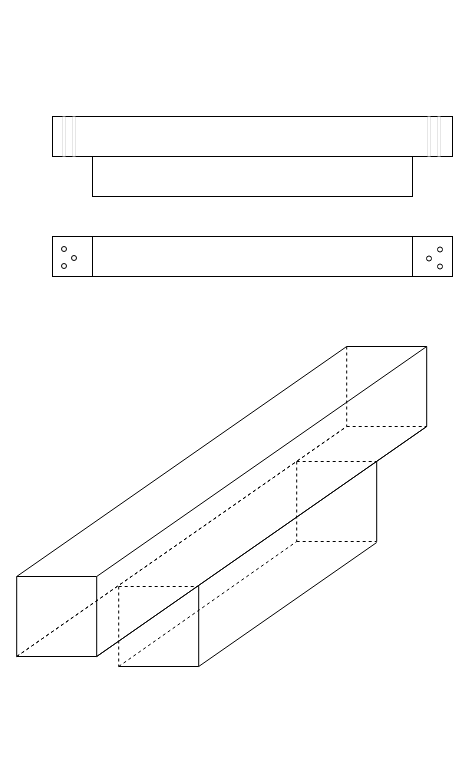
rubenvera/sap_btp_icons_drawio keeps this draw.io diagram as Untitled Diagram.drawio. Above is the earlier version. Source tidied: cells renumbered, new cells numbered last; positions are measured from the earlier drawing's top-left corner, leaving out a move shared by most shapes. Both pictures are drawn from the tidied source at 100%, with x=0, y=0 at pixel (16, 116).
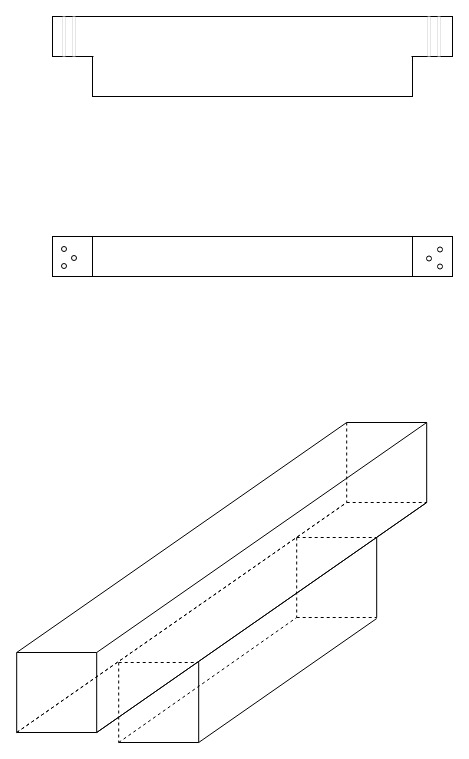
The same diagram, later.

The edit, as a diff of the source:
```diff
@@
     <mxCell id="2" style="rounded=0;whiteSpace=wrap;html=1;" parent="1" vertex="1">
-      <mxGeometry x="36" width="400" height="40" as="geometry" />
+      <mxGeometry x="36" y="-100" width="400" height="40" as="geometry" />
     </mxCell>
     <mxCell id="3" style="rounded=0;whiteSpace=wrap;html=1;" parent="1" vertex="1">
-      <mxGeometry x="76" y="40" width="320" height="40" as="geometry" />
+      <mxGeometry x="76" y="-60" width="320" height="40" as="geometry" />
     </mxCell>
     <mxCell id="4" style="rounded=0;whiteSpace=wrap;html=1;dashed=1;strokeWidth=0;" parent="1" vertex="1">
-      <mxGeometry x="46" width="3" height="40" as="geometry" />
+      <mxGeometry x="46" y="-100" width="3" height="40" as="geometry" />
     </mxCell>
     <mxCell id="5" style="rounded=0;whiteSpace=wrap;html=1;dashed=1;strokeWidth=0;" parent="1" vertex="1">
-      <mxGeometry x="56" width="3" height="40" as="geometry" />
+      <mxGeometry x="56" y="-100" width="3" height="40" as="geometry" />
     </mxCell>
     <mxCell id="6" style="rounded=0;whiteSpace=wrap;html=1;dashed=1;strokeWidth=0;" parent="1" vertex="1">
-      <mxGeometry x="411" width="3" height="40" as="geometry" />
+      <mxGeometry x="411" y="-100" width="3" height="40" as="geometry" />
     </mxCell>
     <mxCell id="7" style="rounded=0;whiteSpace=wrap;html=1;dashed=1;strokeWidth=0;" parent="1" vertex="1">
-      <mxGeometry x="421" width="3" height="40" as="geometry" />
+      <mxGeometry x="421" y="-100" width="3" height="40" as="geometry" />
     </mxCell>
@@
+    <mxCell id="41" style="rounded=0;whiteSpace=wrap;html=1;fillColor=default;strokeColor=none;" parent="1" vertex="1">
+      <mxGeometry x="77" y="-80" width="318" height="40" as="geometry" />
+    </mxCell>
+    <mxCell id="42" style="group;" parent="1" vertex="1">
+      <mxGeometry x="0.2" y="306" width="410" height="320" as="geometry" />
+    </mxCell>
-    <mxCell id="16" style="endArrow=none;html=1;rounded=0;" parent="1" edge="1">
+    <mxCell id="16" style="endArrow=none;html=1;rounded=0;" parent="42" edge="1">
       <mxGeometry relative="1" as="geometry">
-        <mxPoint x="0.2" y="540" as="sourcePoint" />
-        <mxPoint x="80.2" y="540" as="targetPoint" />
+        <mxPoint y="310" as="sourcePoint" />
+        <mxPoint x="80" y="310" as="targetPoint" />
       </mxGeometry>
     </mxCell>
-    <mxCell id="17" style="endArrow=none;html=1;rounded=0;" parent="1" edge="1">
+    <mxCell id="17" style="endArrow=none;html=1;rounded=0;" parent="42" edge="1">
       <mxGeometry relative="1" as="geometry">
-        <mxPoint x="0.2" y="460" as="sourcePoint" />
-        <mxPoint x="0.2" y="540" as="targetPoint" />
+        <mxPoint y="230" as="sourcePoint" />
+        <mxPoint y="310" as="targetPoint" />
       </mxGeometry>
     </mxCell>
-    <mxCell id="18" style="endArrow=none;html=1;rounded=0;" parent="1" edge="1">
+    <mxCell id="18" style="endArrow=none;html=1;rounded=0;" parent="42" edge="1">
       <mxGeometry relative="1" as="geometry">
-        <mxPoint x="80.2" y="460" as="sourcePoint" />
-        <mxPoint x="80.2" y="540" as="targetPoint" />
+        <mxPoint x="80" y="230" as="sourcePoint" />
+        <mxPoint x="80" y="310" as="targetPoint" />
       </mxGeometry>
     </mxCell>
-    <mxCell id="19" style="endArrow=none;html=1;rounded=0;" parent="1" edge="1">
+    <mxCell id="19" style="endArrow=none;html=1;rounded=0;" parent="42" edge="1">
       <mxGeometry relative="1" as="geometry">
-        <mxPoint x="80.2" y="540" as="sourcePoint" />
-        <mxPoint x="410.2" y="310" as="targetPoint" />
+        <mxPoint x="80" y="310" as="sourcePoint" />
+        <mxPoint x="410" y="80" as="targetPoint" />
       </mxGeometry>
     </mxCell>
-    <mxCell id="20" style="endArrow=none;html=1;rounded=0;dashed=1;" parent="1" edge="1">
+    <mxCell id="20" style="endArrow=none;html=1;rounded=0;dashed=1;" parent="42" edge="1">
       <mxGeometry relative="1" as="geometry">
-        <mxPoint x="330.2" y="310" as="sourcePoint" />
-        <mxPoint x="410.2" y="310" as="targetPoint" />
+        <mxPoint x="330" y="80" as="sourcePoint" />
+        <mxPoint x="410" y="80" as="targetPoint" />
       </mxGeometry>
     </mxCell>
-    <mxCell id="21" style="endArrow=none;html=1;rounded=0;" parent="1" edge="1">
+    <mxCell id="21" style="endArrow=none;html=1;rounded=0;" parent="42" edge="1">
       <mxGeometry relative="1" as="geometry">
-        <mxPoint x="410.2" y="230" as="sourcePoint" />
-        <mxPoint x="410.2" y="310" as="targetPoint" />
+        <mxPoint x="410" as="sourcePoint" />
+        <mxPoint x="410" y="80" as="targetPoint" />
       </mxGeometry>
     </mxCell>
-    <mxCell id="22" style="endArrow=none;html=1;rounded=0;dashed=1;" parent="1" edge="1">
+    <mxCell id="22" style="endArrow=none;html=1;rounded=0;dashed=1;" parent="42" edge="1">
       <mxGeometry relative="1" as="geometry">
-        <mxPoint x="330.2" y="230" as="sourcePoint" />
-        <mxPoint x="330.2" y="310" as="targetPoint" />
+        <mxPoint x="330" as="sourcePoint" />
+        <mxPoint x="330" y="80" as="targetPoint" />
       </mxGeometry>
     </mxCell>
-    <mxCell id="23" style="endArrow=none;html=1;rounded=0;dashed=1;" parent="1" edge="1">
+    <mxCell id="23" style="endArrow=none;html=1;rounded=0;dashed=1;" parent="42" edge="1">
       <mxGeometry relative="1" as="geometry">
-        <mxPoint x="0.2" y="540" as="sourcePoint" />
-        <mxPoint x="330.2" y="310" as="targetPoint" />
+        <mxPoint y="310" as="sourcePoint" />
+        <mxPoint x="330" y="80" as="targetPoint" />
       </mxGeometry>
     </mxCell>
-    <mxCell id="24" style="endArrow=none;html=1;rounded=0;dashed=1;" parent="1" edge="1">
+    <mxCell id="24" style="endArrow=none;html=1;rounded=0;dashed=1;" parent="42" edge="1">
       <mxGeometry relative="1" as="geometry">
-        <mxPoint x="102.2" y="470" as="sourcePoint" />
-        <mxPoint x="182.2" y="470" as="targetPoint" />
+        <mxPoint x="102" y="240" as="sourcePoint" />
+        <mxPoint x="182" y="240" as="targetPoint" />
       </mxGeometry>
     </mxCell>
-    <mxCell id="25" style="endArrow=none;html=1;rounded=0;" parent="1" edge="1">
+    <mxCell id="25" style="endArrow=none;html=1;rounded=0;" parent="42" edge="1">
       <mxGeometry relative="1" as="geometry">
-        <mxPoint x="102.2" y="550" as="sourcePoint" />
-        <mxPoint x="182.2" y="550" as="targetPoint" />
+        <mxPoint x="102" y="320" as="sourcePoint" />
+        <mxPoint x="182" y="320" as="targetPoint" />
       </mxGeometry>
     </mxCell>
-    <mxCell id="26" style="endArrow=none;html=1;rounded=0;dashed=1;" parent="1" edge="1">
+    <mxCell id="26" style="endArrow=none;html=1;rounded=0;dashed=1;" parent="42" edge="1">
       <mxGeometry relative="1" as="geometry">
-        <mxPoint x="102.2" y="470" as="sourcePoint" />
-        <mxPoint x="102.2" y="550" as="targetPoint" />
+        <mxPoint x="102" y="240" as="sourcePoint" />
+        <mxPoint x="102" y="320" as="targetPoint" />
       </mxGeometry>
     </mxCell>
-    <mxCell id="27" style="endArrow=none;html=1;rounded=0;" parent="1" edge="1">
+    <mxCell id="27" style="endArrow=none;html=1;rounded=0;" parent="42" edge="1">
       <mxGeometry relative="1" as="geometry">
-        <mxPoint x="182.2" y="470" as="sourcePoint" />
-        <mxPoint x="182.2" y="550" as="targetPoint" />
+        <mxPoint x="182" y="240" as="sourcePoint" />
+        <mxPoint x="182" y="320" as="targetPoint" />
       </mxGeometry>
     </mxCell>
-    <mxCell id="28" style="endArrow=none;html=1;rounded=0;" parent="1" edge="1">
+    <mxCell id="28" style="endArrow=none;html=1;rounded=0;" parent="42" edge="1">
       <mxGeometry relative="1" as="geometry">
-        <mxPoint x="182.2" y="550" as="sourcePoint" />
-        <mxPoint x="360.2" y="426" as="targetPoint" />
+        <mxPoint x="182" y="320" as="sourcePoint" />
+        <mxPoint x="360" y="196" as="targetPoint" />
       </mxGeometry>
     </mxCell>
-    <mxCell id="29" style="endArrow=none;html=1;rounded=0;dashed=1;" parent="1" edge="1">
+    <mxCell id="29" style="endArrow=none;html=1;rounded=0;dashed=1;" parent="42" edge="1">
       <mxGeometry relative="1" as="geometry">
-        <mxPoint x="280.2" y="345" as="sourcePoint" />
-        <mxPoint x="360.2" y="345" as="targetPoint" />
+        <mxPoint x="280" y="115" as="sourcePoint" />
+        <mxPoint x="360" y="115" as="targetPoint" />
       </mxGeometry>
     </mxCell>
-    <mxCell id="30" style="endArrow=none;html=1;rounded=0;dashed=1;" parent="1" edge="1">
+    <mxCell id="30" style="endArrow=none;html=1;rounded=0;dashed=1;" parent="42" edge="1">
       <mxGeometry relative="1" as="geometry">
-        <mxPoint x="280.2" y="425" as="sourcePoint" />
-        <mxPoint x="360.2" y="425" as="targetPoint" />
+        <mxPoint x="280" y="195" as="sourcePoint" />
+        <mxPoint x="360" y="195" as="targetPoint" />
       </mxGeometry>
     </mxCell>
-    <mxCell id="31" style="endArrow=none;html=1;rounded=0;" parent="1" edge="1">
+    <mxCell id="31" style="endArrow=none;html=1;rounded=0;" parent="42" edge="1">
       <mxGeometry relative="1" as="geometry">
-        <mxPoint x="360.2" y="345" as="sourcePoint" />
-        <mxPoint x="360.2" y="425" as="targetPoint" />
+        <mxPoint x="360" y="115" as="sourcePoint" />
+        <mxPoint x="360" y="195" as="targetPoint" />
       </mxGeometry>
     </mxCell>
-    <mxCell id="32" style="endArrow=none;html=1;rounded=0;dashed=1;" parent="1" edge="1">
+    <mxCell id="32" style="endArrow=none;html=1;rounded=0;dashed=1;" parent="42" edge="1">
       <mxGeometry relative="1" as="geometry">
-        <mxPoint x="280.2" y="345" as="sourcePoint" />
-        <mxPoint x="280.2" y="425" as="targetPoint" />
+        <mxPoint x="280" y="115" as="sourcePoint" />
+        <mxPoint x="280" y="195" as="targetPoint" />
       </mxGeometry>
     </mxCell>
-    <mxCell id="33" style="endArrow=none;html=1;rounded=0;" parent="1" edge="1">
+    <mxCell id="33" style="endArrow=none;html=1;rounded=0;" parent="42" edge="1">
       <mxGeometry relative="1" as="geometry">
-        <mxPoint x="80.2" y="540" as="sourcePoint" />
-        <mxPoint x="410.2" y="310" as="targetPoint" />
+        <mxPoint x="80" y="310" as="sourcePoint" />
+        <mxPoint x="410" y="80" as="targetPoint" />
       </mxGeometry>
     </mxCell>
-    <mxCell id="34" style="endArrow=none;html=1;rounded=0;dashed=1;" parent="1" edge="1">
+    <mxCell id="34" style="endArrow=none;html=1;rounded=0;dashed=1;" parent="42" edge="1">
       <mxGeometry relative="1" as="geometry">
-        <mxPoint x="0.2" y="540" as="sourcePoint" />
-        <mxPoint x="330.2" y="310" as="targetPoint" />
+        <mxPoint y="310" as="sourcePoint" />
+        <mxPoint x="330" y="80" as="targetPoint" />
       </mxGeometry>
     </mxCell>
-    <mxCell id="35" style="endArrow=none;html=1;rounded=0;dashed=1;" parent="1" edge="1">
+    <mxCell id="35" style="endArrow=none;html=1;rounded=0;dashed=1;" parent="42" edge="1">
       <mxGeometry relative="1" as="geometry">
-        <mxPoint x="102.2" y="550" as="sourcePoint" />
-        <mxPoint x="280.2" y="425" as="targetPoint" />
+        <mxPoint x="102" y="320" as="sourcePoint" />
+        <mxPoint x="280" y="195" as="targetPoint" />
       </mxGeometry>
     </mxCell>
-    <mxCell id="36" style="group;fillColor=none;gradientColor=default;gradientDirection=north;" parent="1" vertex="1">
-      <mxGeometry x="0.2" y="230" width="410" height="230" as="geometry" />
+    <mxCell id="36" style="group;fillColor=none;gradientColor=default;gradientDirection=north;" parent="42" vertex="1">
+      <mxGeometry width="410" height="230" as="geometry" />
     </mxCell>
```
